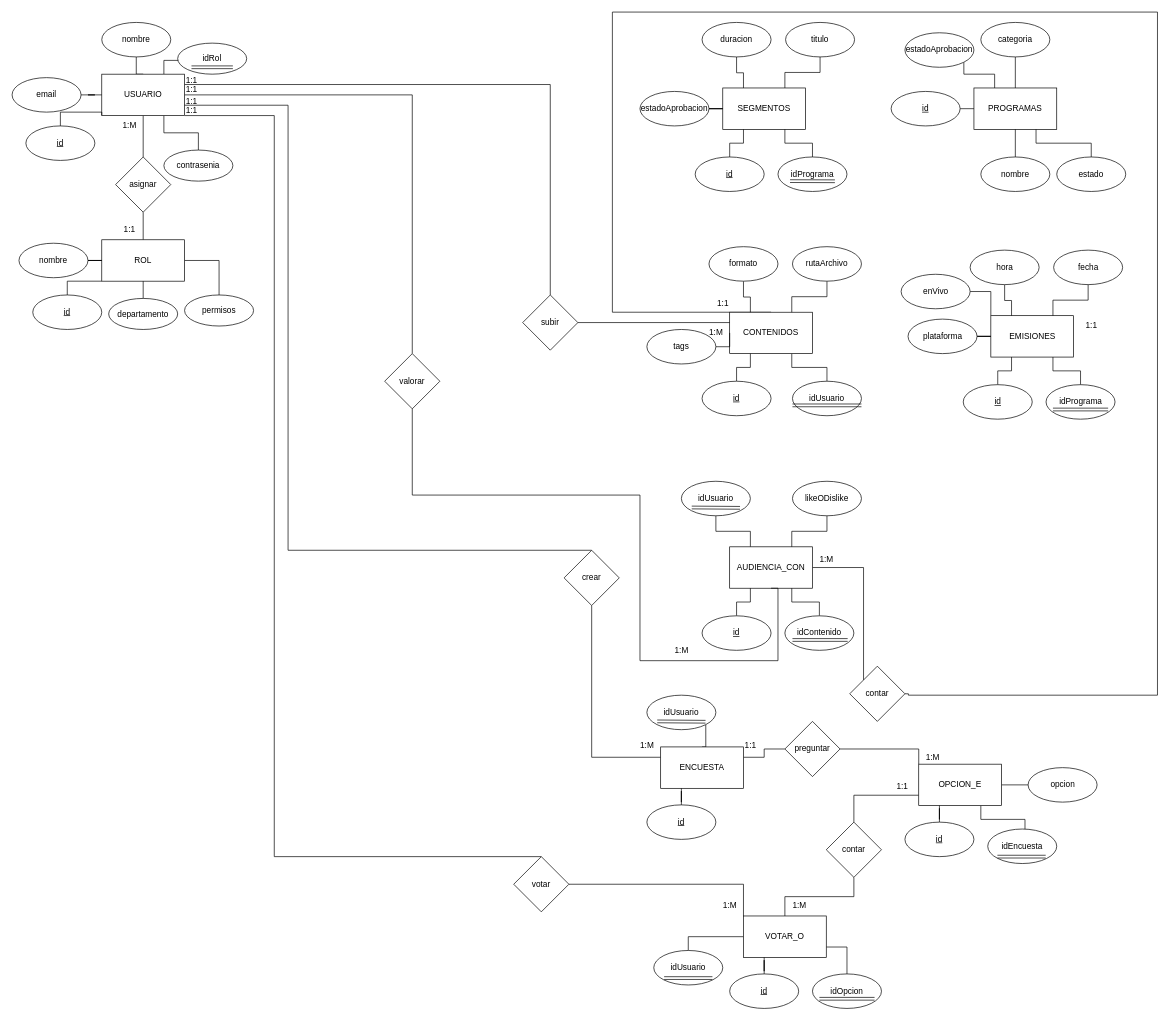
This is DER Softlution & RO.drawio from chispamaya/Proyecto-Interdisciplinario-Medios-Audiovisuales-, a draw.io file, before an edit. Source tidied: cells renumbered, new cells numbered last; positions are measured from the earlier drawing's top-left corner, leaving out a move shared by most shapes. Both pictures are drawn from the tidied source at 69%, with x=0, y=0 at pixel (12, 12).
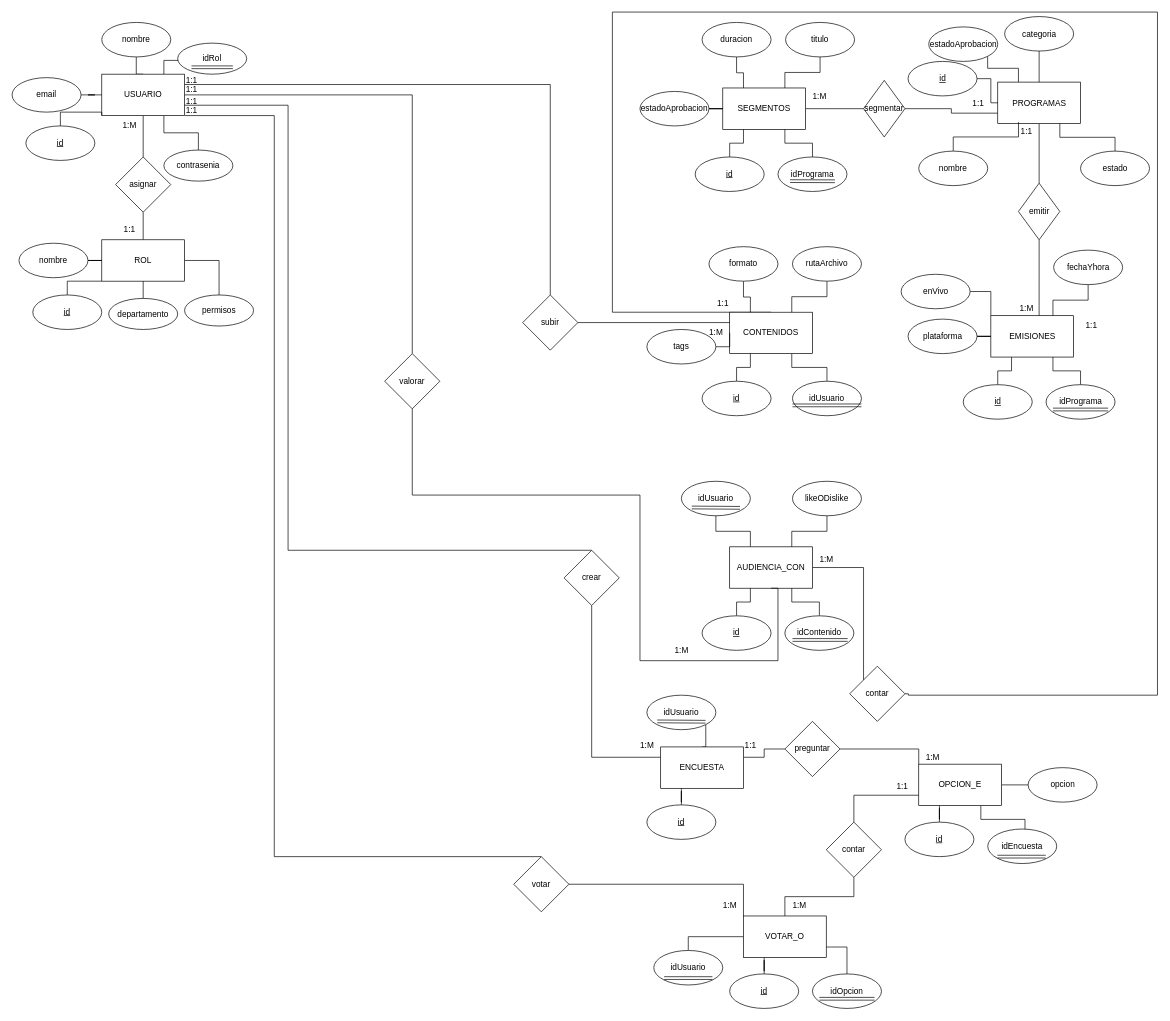
The same page after the edit.

Commit message:
Cambios en la relacion

Unchanged cells that the change refers to:
```xml
<mxCell id="23" value="SEGMENTOS" style="rounded=0;whiteSpace=wrap;html=1;" parent="1" vertex="1">
  <mxGeometry x="1030" y="110" width="120" height="60" as="geometry" />
</mxCell>
<mxCell id="48" value="EMISIONES" style="rounded=0;whiteSpace=wrap;html=1;" parent="1" vertex="1">
  <mxGeometry x="1418.5" y="440" width="120" height="60" as="geometry" />
</mxCell>
```

The edit, as a diff of the source:
```diff
@@
+    <mxCell id="147" style="edgeStyle=orthogonalEdgeStyle;rounded=0;jettySize=auto;html=1;exitX=0;exitY=0.75;exitDx=0;exitDy=0;entryX=1;entryY=0.5;entryDx=0;entryDy=0;endArrow=none;endFill=0;" parent="1" edge="1" source="16" target="150">
+      <mxGeometry relative="1" as="geometry" />
+    </mxCell>
+    <mxCell id="148" style="edgeStyle=orthogonalEdgeStyle;rounded=0;jettySize=auto;html=1;exitX=0.5;exitY=1;exitDx=0;exitDy=0;endArrow=none;endFill=0;" parent="1" edge="1" source="16" target="154">
+      <mxGeometry relative="1" as="geometry" />
+    </mxCell>
     <mxCell id="16" value="PROGRAMAS" style="rounded=0;whiteSpace=wrap;html=1;" parent="1" vertex="1">
-      <mxGeometry x="1394" y="110" width="120" height="60" as="geometry" />
+      <mxGeometry x="1428.5" y="101.5" width="120" height="60" as="geometry" />
     </mxCell>
@@
     <mxCell id="18" value="&lt;u&gt;id&lt;/u&gt;" style="ellipse;whiteSpace=wrap;html=1;" parent="1" vertex="1">
-      <mxGeometry x="1274" y="115" width="100" height="50" as="geometry" />
+      <mxGeometry x="1298.5" y="71.5" width="100" height="50" as="geometry" />
     </mxCell>
-    <mxCell id="19" style="edgeStyle=orthogonalEdgeStyle;rounded=0;jettySize=auto;html=1;exitX=0.5;exitY=0;exitDx=0;exitDy=0;endArrow=none;endFill=0;" parent="1" edge="1" source="20" target="16">
-      <mxGeometry relative="1" as="geometry" />
+    <mxCell id="19" style="edgeStyle=orthogonalEdgeStyle;rounded=0;jettySize=auto;html=1;exitX=0.5;exitY=0;exitDx=0;exitDy=0;endArrow=none;endFill=0;entryX=0.214;entryY=0.053;entryDx=0;entryDy=0;entryPerimeter=0;" parent="1" edge="1" source="20" target="156">
+      <mxGeometry relative="1" as="geometry">
+        <Array as="points">
+          <mxPoint x="1364" y="181" />
+          <mxPoint x="1459" y="181" />
+        </Array>
+      </mxGeometry>
     </mxCell>
     <mxCell id="20" value="nombre" style="ellipse;whiteSpace=wrap;html=1;" parent="1" vertex="1">
-      <mxGeometry x="1404" y="210" width="100" height="50" as="geometry" />
+      <mxGeometry x="1314" y="201.5" width="100" height="50" as="geometry" />
     </mxCell>
@@
     <mxCell id="22" value="categoria" style="ellipse;whiteSpace=wrap;html=1;" parent="1" vertex="1">
-      <mxGeometry x="1404" y="15" width="100" height="50" as="geometry" />
+      <mxGeometry x="1438.5" y="6.5" width="100" height="50" as="geometry" />
     </mxCell>
+    <mxCell id="149" style="edgeStyle=orthogonalEdgeStyle;rounded=0;jettySize=auto;html=1;exitX=1;exitY=0.5;exitDx=0;exitDy=0;entryX=0;entryY=0.5;entryDx=0;entryDy=0;endArrow=none;endFill=0;" parent="1" edge="1" source="23" target="150">
+      <mxGeometry relative="1" as="geometry" />
+    </mxCell>
@@
     <mxCell id="25" value="estado" style="ellipse;whiteSpace=wrap;html=1;" parent="1" vertex="1">
-      <mxGeometry x="1514" y="210" width="100" height="50" as="geometry" />
+      <mxGeometry x="1548.5" y="201.5" width="100" height="50" as="geometry" />
     </mxCell>
@@
-    <mxCell id="54" value="fecha" style="ellipse;whiteSpace=wrap;html=1;" parent="1" vertex="1">
+    <mxCell id="54" value="fechaYhora" style="ellipse;whiteSpace=wrap;html=1;" parent="1" vertex="1">
       <mxGeometry x="1509.5" y="345" width="100" height="50" as="geometry" />
     </mxCell>
-    <mxCell id="55" style="edgeStyle=orthogonalEdgeStyle;rounded=0;jettySize=auto;html=1;entryX=0.25;entryY=0;entryDx=0;entryDy=0;endArrow=none;endFill=0;" parent="1" edge="1" source="56" target="48">
-      <mxGeometry relative="1" as="geometry">
-        <Array as="points">
-          <mxPoint x="1438.5" y="418" />
-          <mxPoint x="1448.5" y="418" />
-        </Array>
-      </mxGeometry>
-    </mxCell>
-    <mxCell id="56" value="hora" style="ellipse;whiteSpace=wrap;html=1;" parent="1" vertex="1">
-      <mxGeometry x="1388.5" y="345" width="100" height="50" as="geometry" />
-    </mxCell>
@@
     <mxCell id="84" value="estadoAprobacion" style="ellipse;whiteSpace=wrap;html=1;" parent="1" vertex="1">
-      <mxGeometry x="1294" y="30" width="100" height="50" as="geometry" />
+      <mxGeometry x="1328.5" y="21.5" width="100" height="50" as="geometry" />
     </mxCell>
@@
+    <mxCell id="150" value="segmentar" style="rhombus;whiteSpace=wrap;html=1;" parent="1" vertex="1">
+      <mxGeometry x="1234" y="99" width="60" height="82" as="geometry" />
+    </mxCell>
+    <mxCell id="151" value="1:M" style="text;html=1;align=center;verticalAlign=middle;strokeColor=none;fillColor=none;" parent="1" vertex="1">
+      <mxGeometry x="1150" y="108" width="40" height="30" as="geometry" />
+    </mxCell>
+    <mxCell id="152" value="1:1" style="text;html=1;align=center;verticalAlign=middle;strokeColor=none;fillColor=none;" parent="1" vertex="1">
+      <mxGeometry x="1380" y="118" width="40" height="30" as="geometry" />
+    </mxCell>
+    <mxCell id="153" style="edgeStyle=orthogonalEdgeStyle;rounded=0;jettySize=auto;html=1;exitX=0.5;exitY=1;exitDx=0;exitDy=0;entryX=0.583;entryY=0;entryDx=0;entryDy=0;entryPerimeter=0;endArrow=none;endFill=0;" parent="1" edge="1" source="154" target="48">
+      <mxGeometry relative="1" as="geometry" />
+    </mxCell>
+    <mxCell id="154" value="emitir" style="rhombus;whiteSpace=wrap;html=1;" parent="1" vertex="1">
+      <mxGeometry x="1458.5" y="248" width="60" height="82" as="geometry" />
+    </mxCell>
+    <mxCell id="155" value="1:M" style="text;html=1;align=center;verticalAlign=middle;strokeColor=none;fillColor=none;" parent="1" vertex="1">
+      <mxGeometry x="1450" y="415" width="40" height="30" as="geometry" />
+    </mxCell>
+    <mxCell id="156" value="1:1" style="text;html=1;align=center;verticalAlign=middle;points=[];strokeColor=none;fillColor=none;" parent="1" vertex="1">
+      <mxGeometry x="1450" y="158" width="40" height="30" as="geometry" />
+    </mxCell>
```
